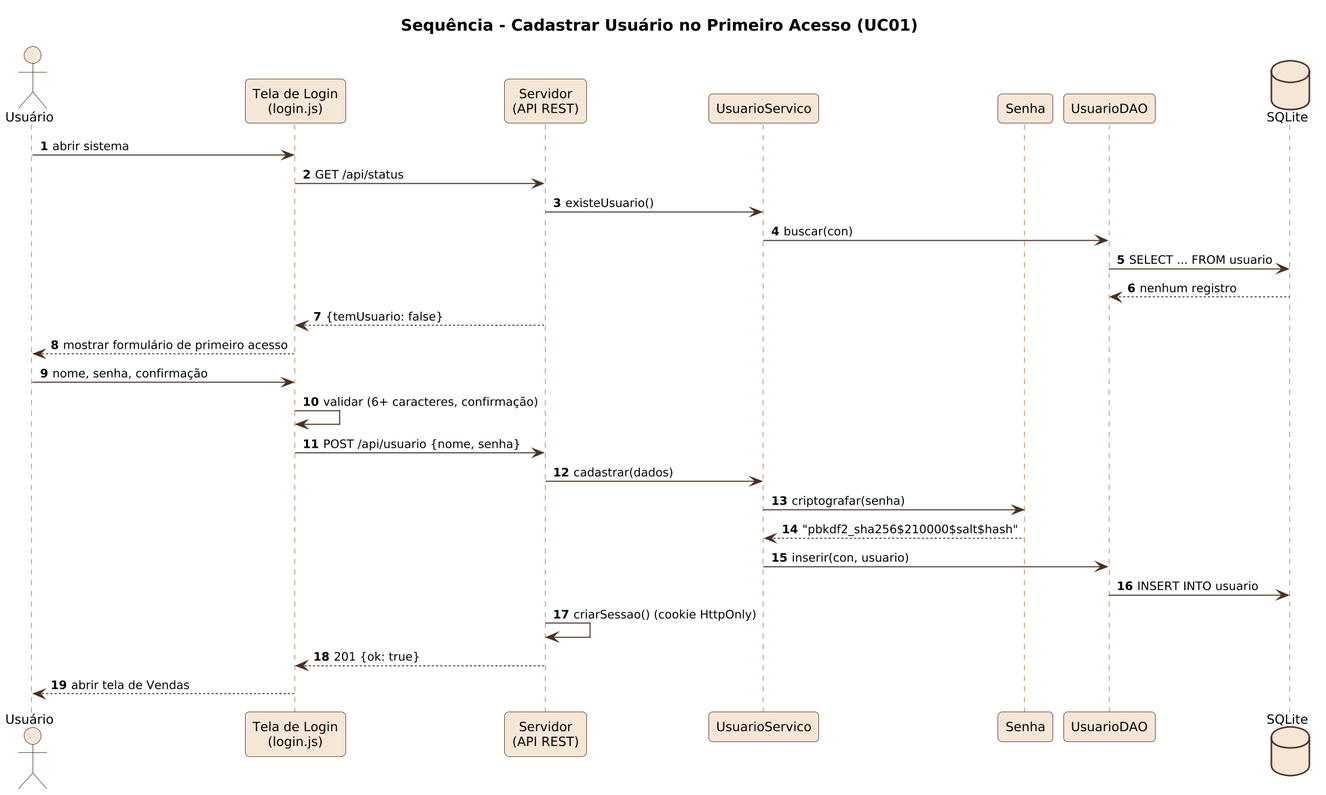
Hallff/ConfeitaSys keeps this PlantUML diagram as docs/diagramas/png/S01_seq_cadastrar_usuario.png. Above is the earlier version. Its diagram source:
```plantuml
@startuml
!include _seq.iuml
title Sequência - Cadastrar Usuário no Primeiro Acesso (UC01)
actor Usuário as U
participant "Tela de Login\n(login.js)" as T
participant "Servidor\n(API REST)" as S
participant UsuarioServico as US
participant Senha
participant UsuarioDAO as D
database "SQLite" as DB
U -> T : abrir sistema
T -> S : GET /api/status
S -> US : existeUsuario()
US -> D : buscar(con)
D -> DB : SELECT ... FROM usuario
DB --> D : nenhum registro
S --> T : {temUsuario: false}
T --> U : mostrar formulário de primeiro acesso
U -> T : nome, senha, confirmação
T -> T : validar (6+ caracteres, confirmação)
T -> S : POST /api/usuario {nome, senha}
S -> US : cadastrar(dados)
US -> Senha : criptografar(senha)
Senha --> US : "pbkdf2_sha256$210000$salt$hash"
US -> D : inserir(con, usuario)
D -> DB : INSERT INTO usuario
S -> S : criarSessao() (cookie HttpOnly)
S --> T : 201 {ok: true}
T --> U : abrir tela de Vendas
@enduml
```
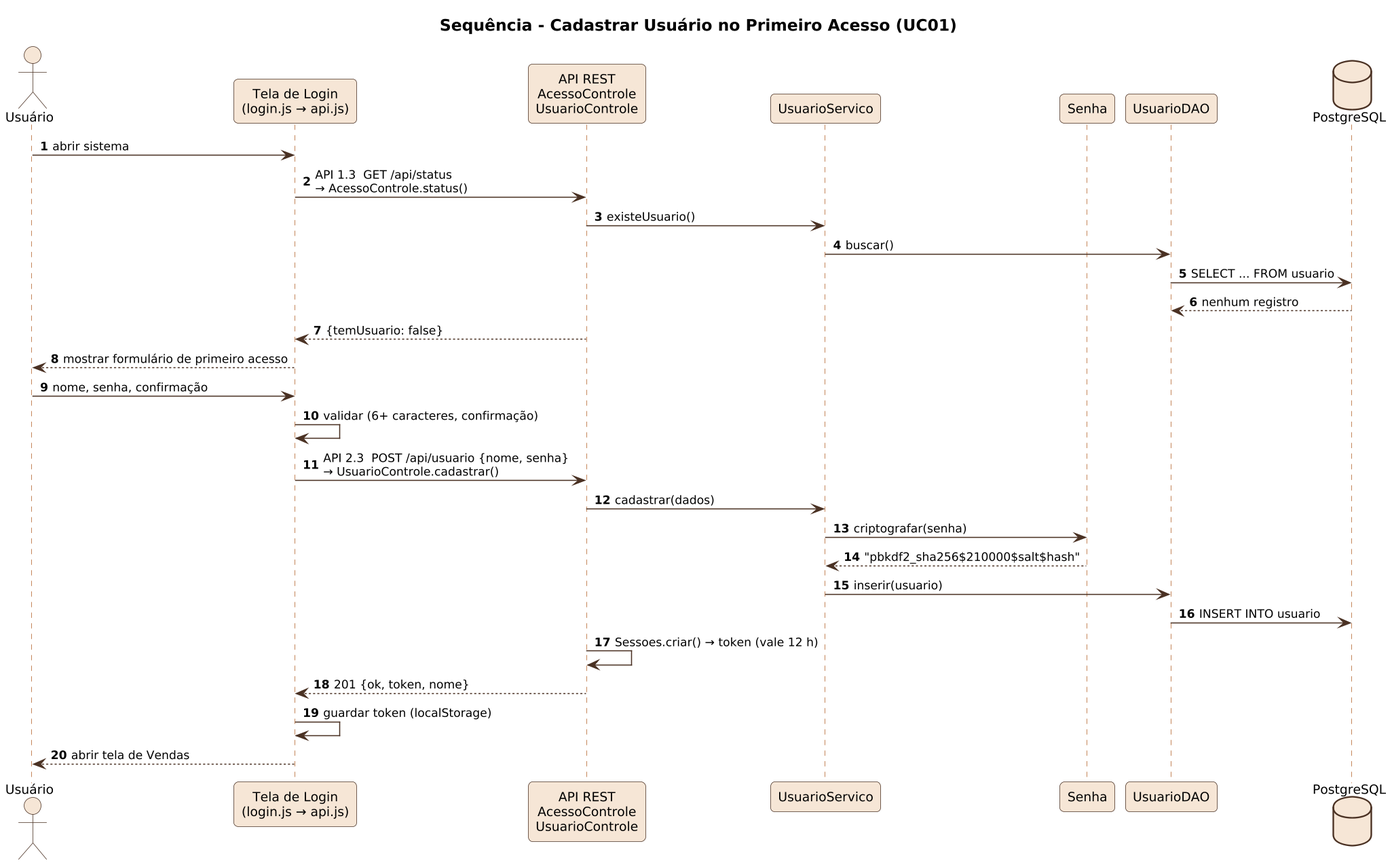
Above is the later version.

The edit, as a diff of the source:
```diff
@@ -2,29 +2,30 @@
 !include _seq.iuml
 title Sequência - Cadastrar Usuário no Primeiro Acesso (UC01)
 actor Usuário as U
-participant "Tela de Login\n(login.js)" as T
-participant "Servidor\n(API REST)" as S
+participant "Tela de Login\n(login.js → api.js)" as T
+participant "API REST\nAcessoControle\nUsuarioControle" as S
 participant UsuarioServico as US
 participant Senha
 participant UsuarioDAO as D
-database "SQLite" as DB
+database "PostgreSQL" as DB
 U -> T : abrir sistema
-T -> S : GET /api/status
+T -> S : API 1.3  GET /api/status\n→ AcessoControle.status()
 S -> US : existeUsuario()
-US -> D : buscar(con)
+US -> D : buscar()
 D -> DB : SELECT ... FROM usuario
 DB --> D : nenhum registro
 S --> T : {temUsuario: false}
 T --> U : mostrar formulário de primeiro acesso
 U -> T : nome, senha, confirmação
 T -> T : validar (6+ caracteres, confirmação)
-T -> S : POST /api/usuario {nome, senha}
+T -> S : API 2.3  POST /api/usuario {nome, senha}\n→ UsuarioControle.cadastrar()
 S -> US : cadastrar(dados)
 US -> Senha : criptografar(senha)
 Senha --> US : "pbkdf2_sha256$210000$salt$hash"
-US -> D : inserir(con, usuario)
+US -> D : inserir(usuario)
 D -> DB : INSERT INTO usuario
-S -> S : criarSessao() (cookie HttpOnly)
-S --> T : 201 {ok: true}
+S -> S : Sessoes.criar() → token (vale 12 h)
+S --> T : 201 {ok, token, nome}
+T -> T : guardar token (localStorage)
 T --> U : abrir tela de Vendas
 @enduml
```
